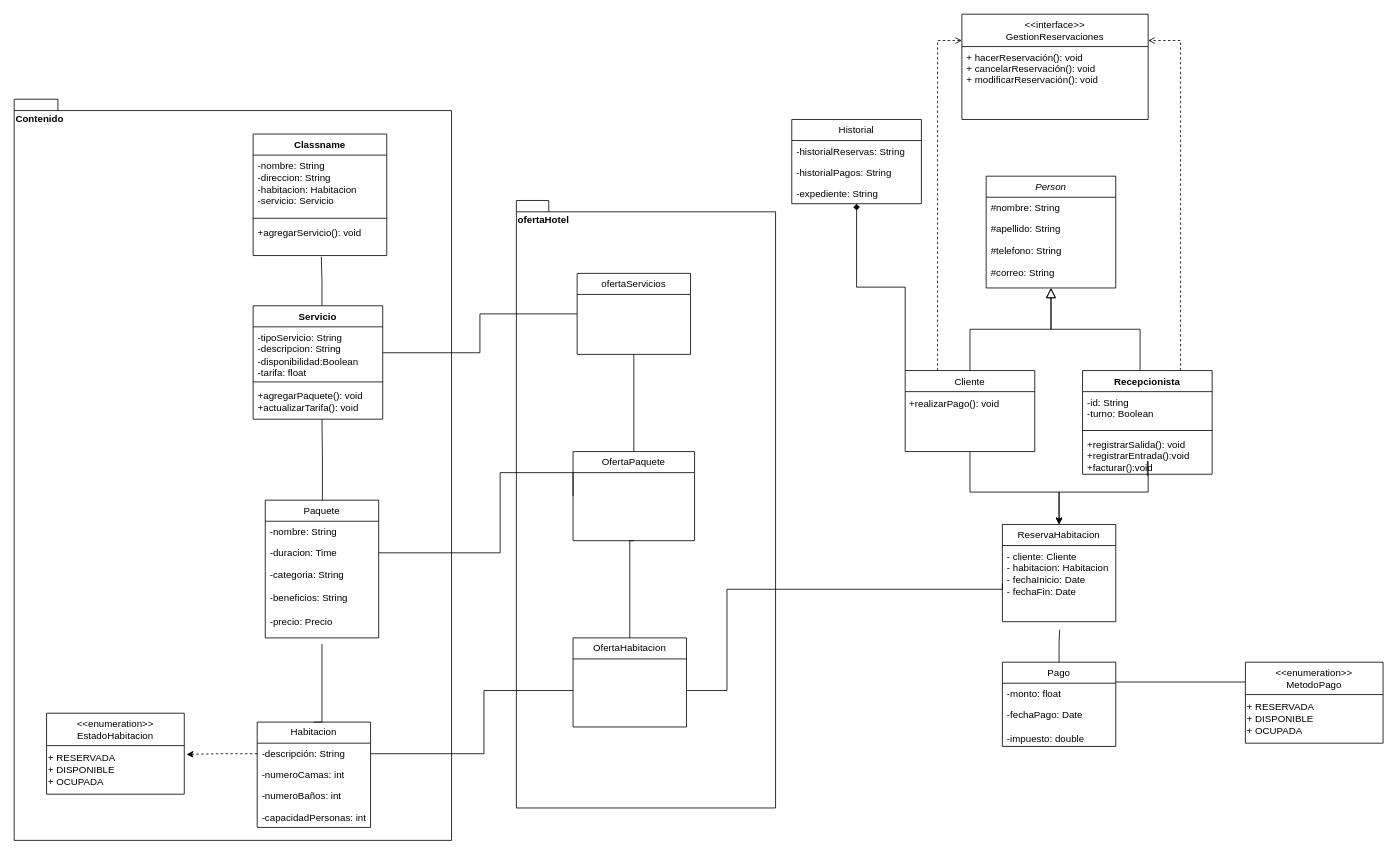
Above: SistemaReservacionesHotel.drawio in GabrielCevallos/SistemaReservacionesHotel (draw.io), before the change. Source tidied: cells renumbered, new cells numbered last; positions are measured from the earlier drawing's top-left corner, leaving out a move shared by most shapes. Both pictures are drawn from the tidied source at 81%, with x=0, y=0 at pixel (14, 14).
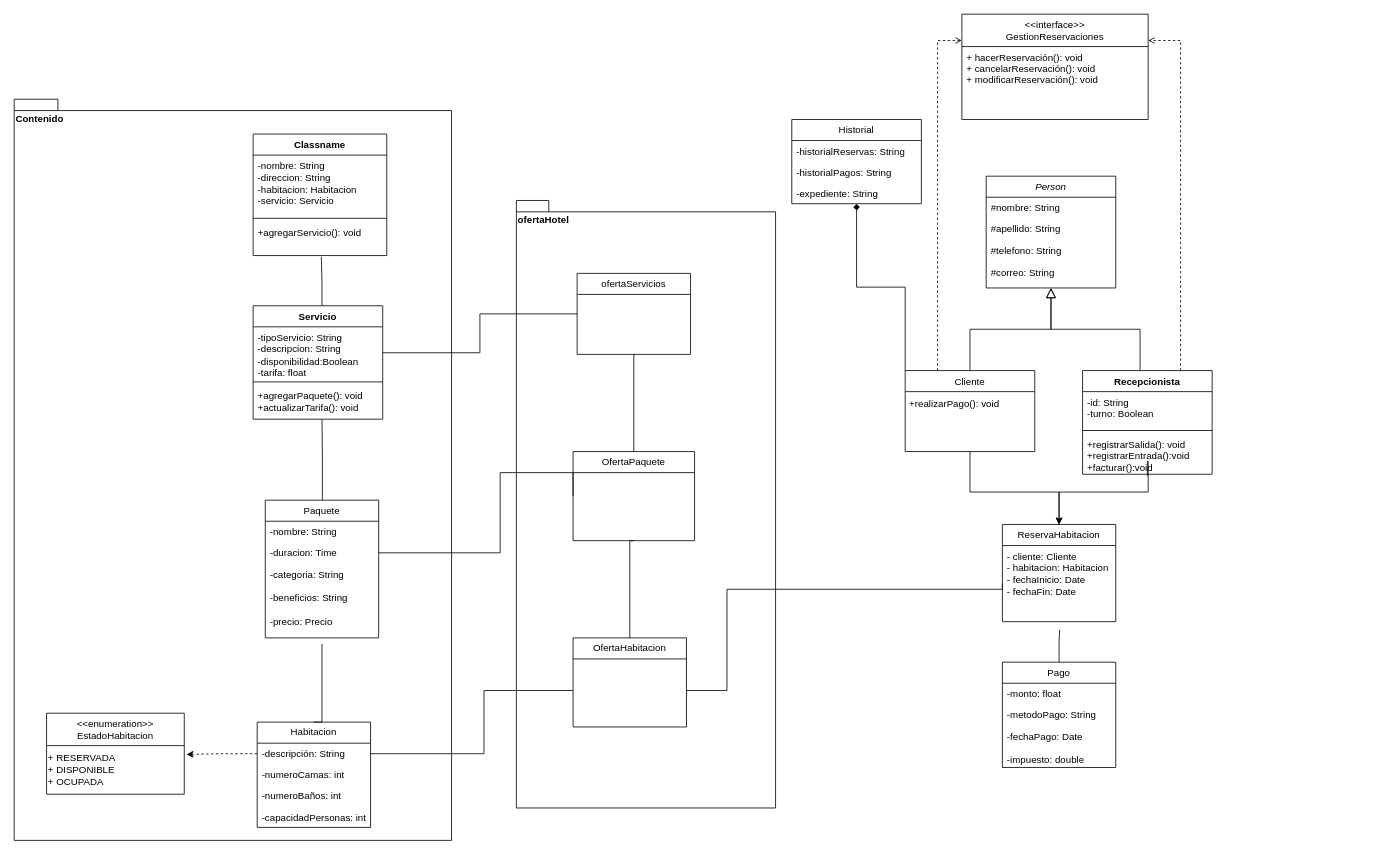
The same diagram, later.

Change to the diagram source:
```diff
@@
     <mxCell id="25" value="Pago" style="swimlane;fontStyle=0;horizontal=1;startSize=26;fillColor=none;whiteSpace=wrap;html=1;" parent="1" vertex="1">
-      <mxGeometry x="1220" y="800" width="140" height="104" as="geometry" />
+      <mxGeometry x="1220" y="800" width="140" height="130" as="geometry" />
     </mxCell>
@@
+    <mxCell id="69" value="-metodoPago: String" style="text;strokeColor=none;fillColor=none;align=left;verticalAlign=top;spacingLeft=4;spacingRight=4;overflow=hidden;whiteSpace=wrap;html=1;" parent="25" vertex="1">
+      <mxGeometry y="52" width="140" height="26" as="geometry" />
+    </mxCell>
     <mxCell id="27" value="-fechaPago: Date&lt;div&gt;&lt;br&gt;&lt;/div&gt;&lt;div&gt;-impuesto: double&lt;/div&gt;" style="text;strokeColor=none;fillColor=none;align=left;verticalAlign=top;spacingLeft=4;spacingRight=4;overflow=hidden;whiteSpace=wrap;html=1;" parent="25" vertex="1">
-      <mxGeometry y="52" width="140" height="52" as="geometry" />
+      <mxGeometry y="78" width="140" height="52" as="geometry" />
     </mxCell>
@@
-    <mxCell id="66" value="&lt;&lt;enumeration&gt;&gt;&#10;MetodoPago" style="swimlane;fontStyle=0;align=center;verticalAlign=top;horizontal=1;startSize=40;rounded=0;shadow=0;strokeWidth=1;" parent="1" vertex="1">
-      <mxGeometry x="1520" y="800" width="170" height="100" as="geometry" />
-    </mxCell>
-    <mxCell id="67" value="+ RESERVADA&lt;div&gt;+ DISPONIBLE&lt;/div&gt;&lt;div&gt;+ OCUPADA&lt;/div&gt;" style="text;html=1;align=left;verticalAlign=middle;strokeColor=none;fillColor=none;" parent="66" vertex="1">
-      <mxGeometry y="40" width="170" height="60" as="geometry" />
-    </mxCell>
-    <mxCell id="68" style="endArrow=none;html=1;edgeStyle=orthogonalEdgeStyle;rounded=0;" parent="1" edge="1">
-      <mxGeometry relative="1" as="geometry">
-        <mxPoint x="1360" y="824.5" as="sourcePoint" />
-        <mxPoint x="1520" y="824.5" as="targetPoint" />
-      </mxGeometry>
-    </mxCell>
```
